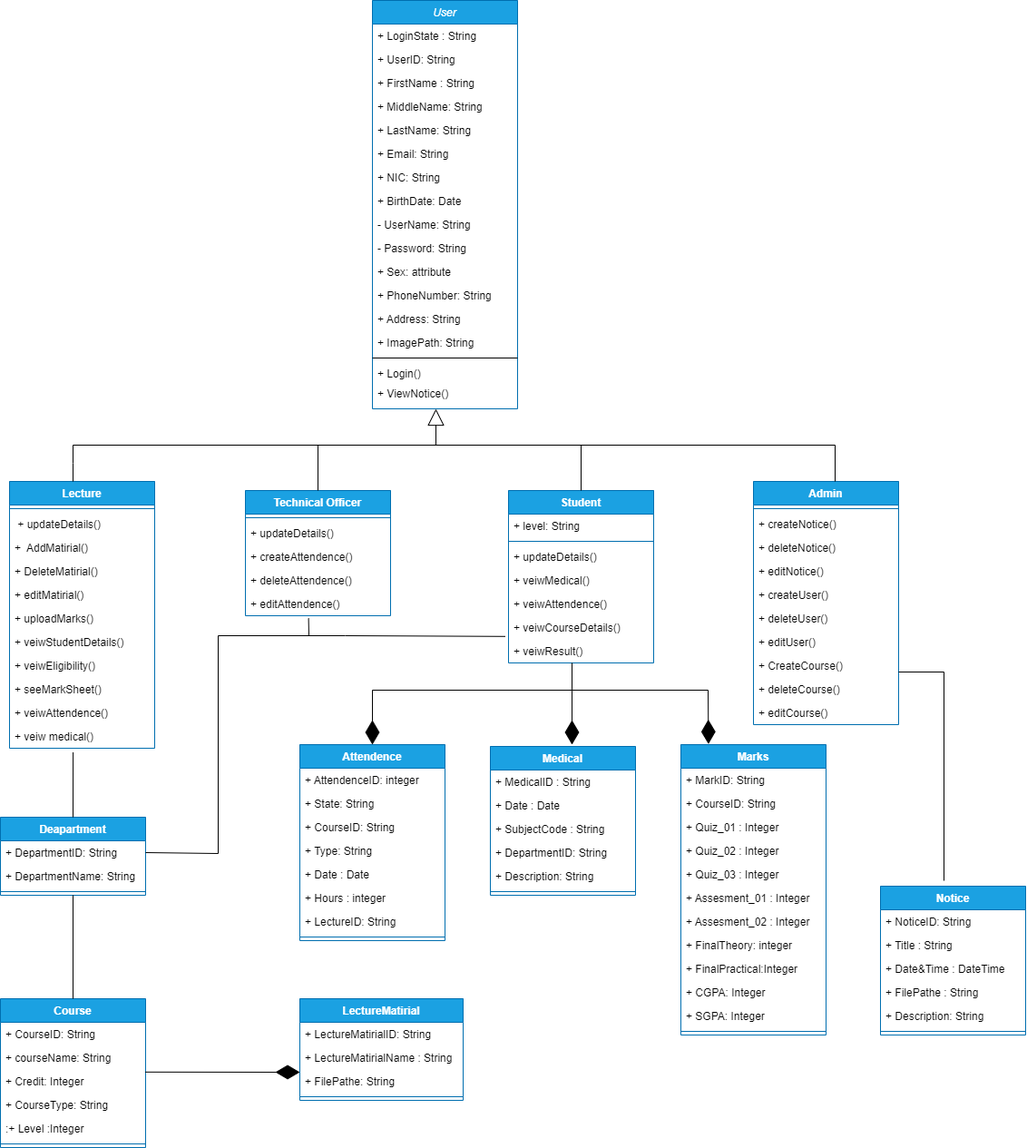
Earlier version of the draw.io export class_diagram.drawio.png (ChandimalPriyamantha/Java_Project_TECMIS). Source tidied: cells renumbered, new cells last; positions are measured from the earlier drawing's top-left corner, leaving out a move shared by most shapes.
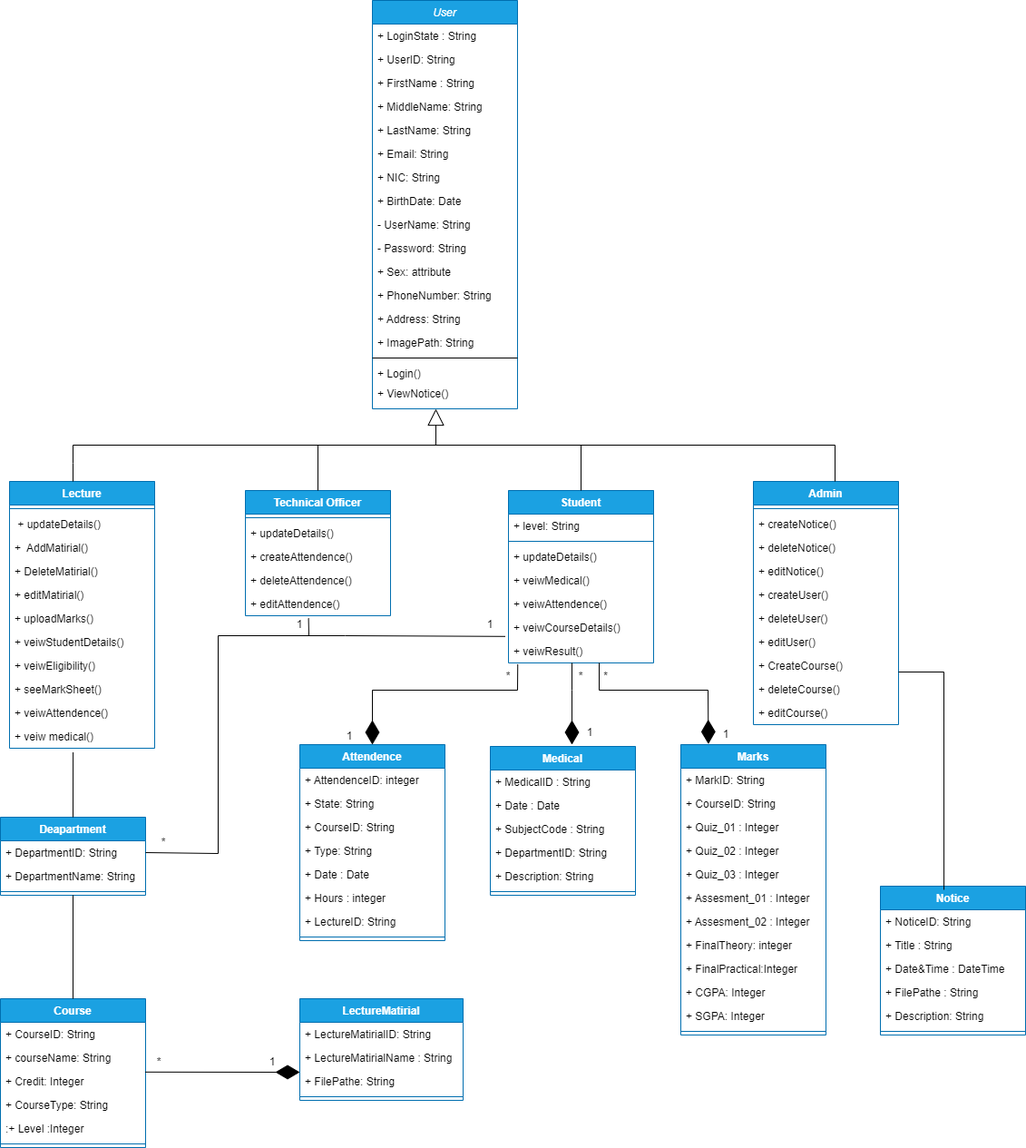
The same file after the commit.

Change to the diagram source:
```diff
@@ -266,7 +266,7 @@
     <mxCell id="81" style="endArrow=none;html=1;rounded=0;" parent="1" edge="1">
       <mxGeometry relative="1" as="geometry">
         <mxPoint x="410" y="760" as="sourcePoint" />
-        <mxPoint x="630" y="760" as="targetPoint" />
+        <mxPoint x="570" y="760" as="targetPoint" />
       </mxGeometry>
     </mxCell>
     <mxCell id="82" style="endArrow=none;html=1;rounded=0;" parent="1" edge="1">
@@ -317,7 +317,7 @@
     <mxCell id="96" style="endArrow=none;html=1;rounded=0;" parent="1" edge="1">
       <mxGeometry relative="1" as="geometry">
         <mxPoint x="780" y="760" as="sourcePoint" />
-        <mxPoint x="630" y="760" as="targetPoint" />
+        <mxPoint x="660" y="760" as="targetPoint" />
       </mxGeometry>
     </mxCell>
     <mxCell id="97" style="endArrow=diamondThin;endFill=1;endSize=24;html=1;rounded=0;entryX=0.19;entryY=-0.002;entryDx=0;entryDy=0;entryPerimeter=0;" parent="1" edge="1" target="83">
@@ -418,9 +418,8 @@
     <mxCell id="124" style="line;strokeWidth=1;fillColor=none;align=left;verticalAlign=middle;spacingTop=-1;spacingLeft=3;spacingRight=3;labelPosition=right;strokeColor=inherit;" parent="118" vertex="1">
       <mxGeometry y="156" width="160" height="8" as="geometry" />
     </mxCell>
-    <mxCell id="125" style="endArrow=none;html=1;" parent="1" edge="1">
+    <mxCell id="125" style="endArrow=none;html=1;exitX=0.438;exitY=0.024;exitDx=0;exitDy=0;exitPerimeter=0;" parent="1" edge="1" source="118">
       <mxGeometry relative="1" as="geometry">
-        <mxPoint x="1040" y="970" as="sourcePoint" />
         <mxPoint x="1040" y="740" as="targetPoint" />
       </mxGeometry>
     </mxCell>
@@ -441,5 +440,49 @@
         <mxPoint x="240" y="940" as="targetPoint" />
       </mxGeometry>
     </mxCell>
+    <mxCell id="130" value="1" style="text;strokeColor=none;align=center;fillColor=none;html=1;verticalAlign=middle;whiteSpace=wrap;rounded=0;" parent="1" vertex="1">
+      <mxGeometry x="310" y="678" width="40" height="20" as="geometry" />
+    </mxCell>
+    <mxCell id="131" value="*" style="text;strokeColor=none;align=center;fillColor=none;html=1;verticalAlign=middle;whiteSpace=wrap;rounded=0;" parent="1" vertex="1">
+      <mxGeometry x="150" y="913" width="60" height="30" as="geometry" />
+    </mxCell>
+    <mxCell id="132" value="*" style="text;strokeColor=none;align=center;fillColor=none;html=1;verticalAlign=middle;whiteSpace=wrap;rounded=0;" parent="1" vertex="1">
+      <mxGeometry x="625" y="730" width="30" height="30" as="geometry" />
+    </mxCell>
+    <mxCell id="133" value="1" style="text;strokeColor=none;align=center;fillColor=none;html=1;verticalAlign=middle;whiteSpace=wrap;rounded=0;" parent="1" vertex="1">
+      <mxGeometry x="640" y="792" width="20" height="30" as="geometry" />
+    </mxCell>
+    <mxCell id="134" value="*" style="text;strokeColor=none;align=center;fillColor=none;html=1;verticalAlign=middle;whiteSpace=wrap;rounded=0;" parent="1" vertex="1">
+      <mxGeometry x="550" y="735" width="20" height="20" as="geometry" />
+    </mxCell>
+    <mxCell id="135" value="1" style="text;strokeColor=none;align=center;fillColor=none;html=1;verticalAlign=middle;whiteSpace=wrap;rounded=0;" parent="1" vertex="1">
+      <mxGeometry x="370" y="810" width="30" as="geometry" />
+    </mxCell>
+    <mxCell id="136" style="endArrow=none;html=1;entryX=0.064;entryY=1.055;entryDx=0;entryDy=0;entryPerimeter=0;" parent="1" edge="1" target="50">
+      <mxGeometry relative="1" as="geometry">
+        <mxPoint x="570" y="760" as="sourcePoint" />
+      </mxGeometry>
+    </mxCell>
+    <mxCell id="137" style="endArrow=none;html=1;" parent="1" edge="1">
+      <mxGeometry relative="1" as="geometry">
+        <mxPoint x="660" y="760" as="sourcePoint" />
+        <mxPoint x="660" y="730" as="targetPoint" />
+      </mxGeometry>
+    </mxCell>
+    <mxCell id="138" value="*" style="text;strokeColor=none;align=center;fillColor=none;html=1;verticalAlign=middle;whiteSpace=wrap;rounded=0;" parent="1" vertex="1">
+      <mxGeometry x="655" y="730" width="25" height="30" as="geometry" />
+    </mxCell>
+    <mxCell id="139" value="1" style="text;strokeColor=none;align=center;fillColor=none;html=1;verticalAlign=middle;whiteSpace=wrap;rounded=0;" parent="1" vertex="1">
+      <mxGeometry x="780" y="794" width="40" height="30" as="geometry" />
+    </mxCell>
+    <mxCell id="140" value="1" style="text;strokeColor=none;align=center;fillColor=none;html=1;verticalAlign=middle;whiteSpace=wrap;rounded=0;" parent="1" vertex="1">
+      <mxGeometry x="510" y="673" width="60" height="30" as="geometry" />
+    </mxCell>
+    <mxCell id="141" value="*" style="text;strokeColor=none;align=center;fillColor=none;html=1;verticalAlign=middle;whiteSpace=wrap;rounded=0;" parent="1" vertex="1">
+      <mxGeometry x="160" y="1160" width="30" height="20" as="geometry" />
+    </mxCell>
+    <mxCell id="142" value="1" style="text;strokeColor=none;align=center;fillColor=none;html=1;verticalAlign=middle;whiteSpace=wrap;rounded=0;" parent="1" vertex="1">
+      <mxGeometry x="270" y="1160" width="60" height="20" as="geometry" />
+    </mxCell>
   </root>
 </mxGraphModel>
```
